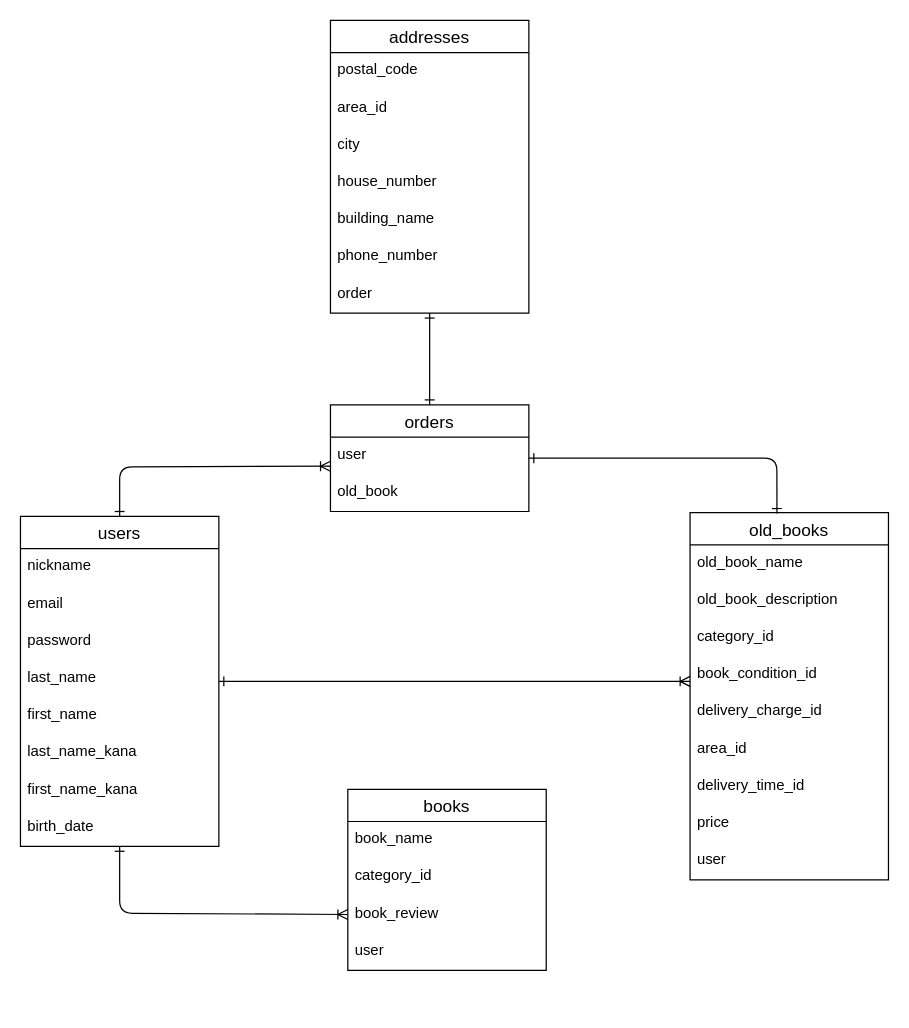
hanother3/bookdock keeps this draw.io diagram as bookdock.dio. Above is the earlier version. Source tidied: cells renumbered, new cells numbered last; positions are measured from the earlier drawing's top-left corner, leaving out a move shared by most shapes. Both pictures are drawn from the tidied source at 124%, with x=0, y=0 at pixel (20, 20).
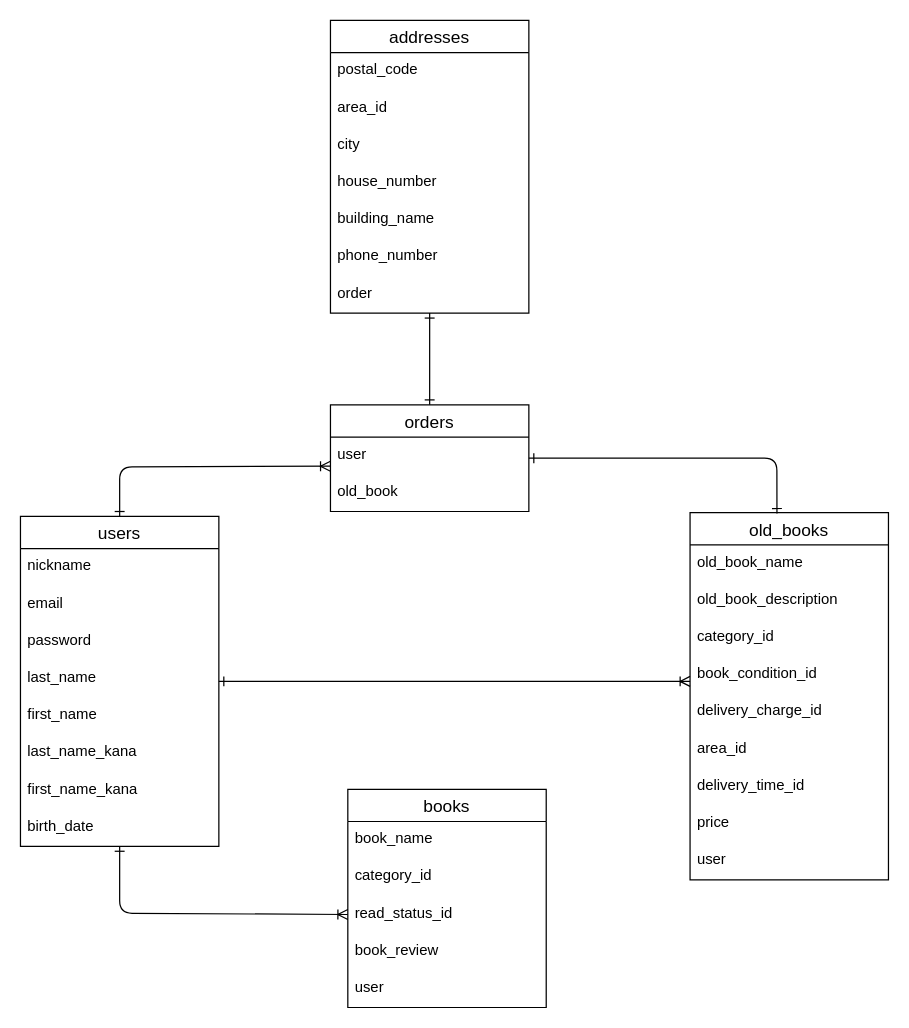
Above is the later version.

Diff of the diagram source:
```diff
@@
     <mxCell id="2" value="books" style="swimlane;fontStyle=0;horizontal=1;startSize=26;align=center;fontSize=14;" parent="1" vertex="1">
-      <mxGeometry x="264" y="620" width="160" height="146" as="geometry" />
+      <mxGeometry x="264" y="620" width="160" height="176" as="geometry" />
     </mxCell>
@@
+    <mxCell id="42" value="read_status_id" style="text;strokeColor=none;fillColor=none;spacingLeft=4;spacingRight=4;overflow=hidden;fontSize=12;" parent="2" vertex="1">
+      <mxGeometry y="86" width="160" height="30" as="geometry" />
+    </mxCell>
     <mxCell id="5" value="book_review" style="text;strokeColor=none;fillColor=none;spacingLeft=4;spacingRight=4;overflow=hidden;fontSize=12;" parent="2" vertex="1">
-      <mxGeometry y="86" width="160" height="30" as="geometry" />
+      <mxGeometry y="116" width="160" height="30" as="geometry" />
     </mxCell>
     <mxCell id="6" value="user" style="text;strokeColor=none;fillColor=none;spacingLeft=4;spacingRight=4;overflow=hidden;fontSize=12;" parent="2" vertex="1">
-      <mxGeometry y="116" width="160" height="30" as="geometry" />
+      <mxGeometry y="146" width="160" height="30" as="geometry" />
     </mxCell>
```
